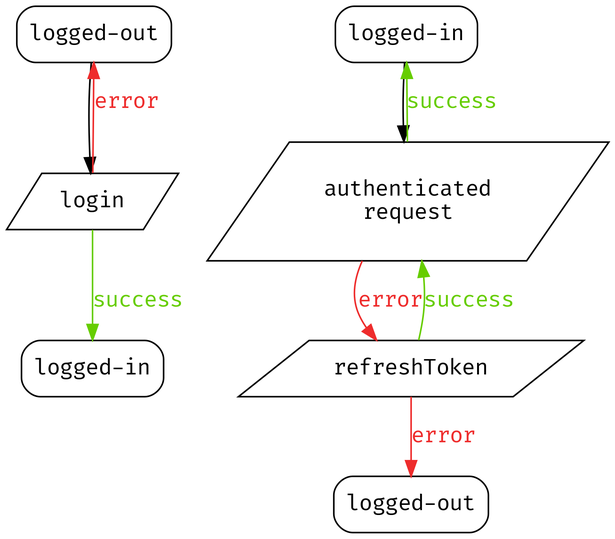
The Graphviz diagram client/client.png in krypton-org/krypton-drafts, before a commit. Its source is kept beside it as client/client.dot.
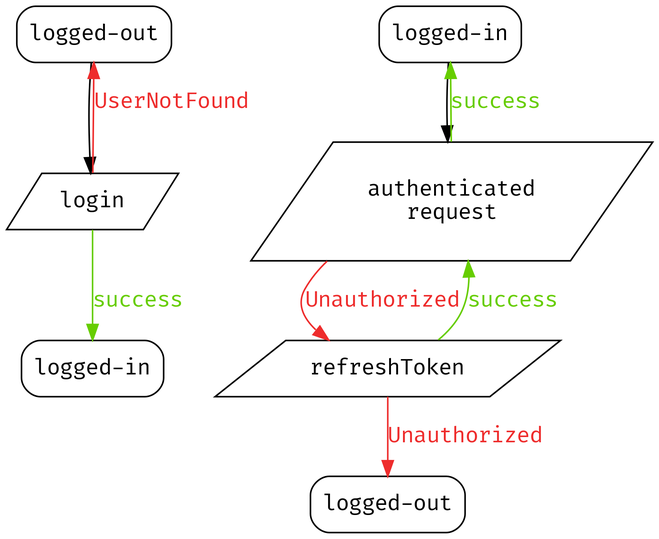
Later version of the same file.

What changed in the source:
```diff
@@ -8,7 +8,7 @@
     a_login      [label="login"     , shape="parallelogram"];
 
     a_logged_out -> a_login;
-    a_login -> a_logged_out[label="error", color="firebrick2", fontcolor="firebrick2"];
+    a_login -> a_logged_out[label="UserNotFound", color="firebrick2", fontcolor="firebrick2"];
     a_login -> a_logged_in[label="success", color="chartreuse3", fontcolor="chartreuse3"];
 
     b_logged_out [label="logged-out", shape="box", style="rounded"];
@@ -17,9 +17,9 @@
     b_refresh_token [label="refreshToken", shape="parallelogram"];
 
     b_logged_in -> b_request;
-    b_request -> b_refresh_token[label="error", color="firebrick2", fontcolor="firebrick2"];
+    b_request -> b_refresh_token[label="Unauthorized", color="firebrick2", fontcolor="firebrick2"];
     b_request -> b_logged_in[label="success", color="chartreuse3", fontcolor="chartreuse3"];
-    b_refresh_token -> b_logged_out[label="error", color="firebrick2", fontcolor="firebrick2"];
+    b_refresh_token -> b_logged_out[label="Unauthorized", color="firebrick2", fontcolor="firebrick2"];
     b_refresh_token -> b_request[label="success", color="chartreuse3", fontcolor="chartreuse3"];
 
     {rank=same; a_logged_out b_logged_in}
```
